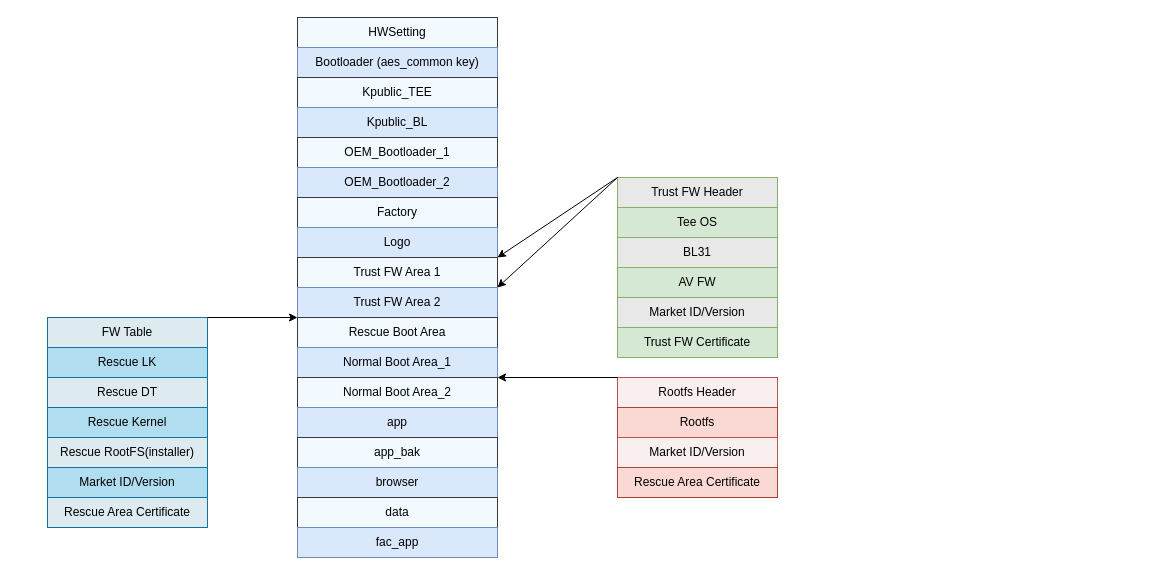
This is layout.drawio from qmlsxxxx/draw.io, a draw.io file, before an edit. Source tidied: cells renumbered, new cells numbered last; positions are measured from the earlier drawing's top-left corner, leaving out a move shared by most shapes. Both pictures are drawn from the tidied source at 100%, with x=0, y=0 at pixel (47, 17).
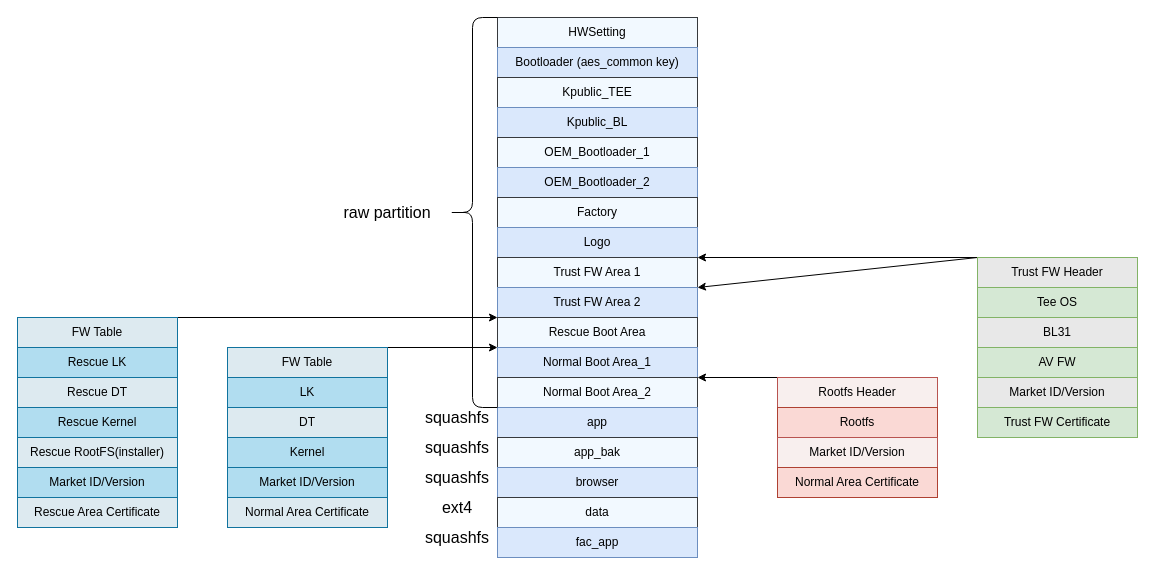
After the change.

The edit, as a diff of the source:
```diff
@@
+    <mxCell id="28" style="endArrow=classic;html=1;entryX=0;entryY=0;entryDx=0;entryDy=0;exitX=1;exitY=0;exitDx=0;exitDy=0;" parent="1" edge="1" source="21" target="12">
+      <mxGeometry relative="1" as="geometry" />
+    </mxCell>
+    <mxCell id="29" style="endArrow=classic;html=1;exitX=0;exitY=0;exitDx=0;exitDy=0;entryX=1;entryY=0;entryDx=0;entryDy=0;" parent="1" edge="1" source="14" target="10">
+      <mxGeometry relative="1" as="geometry" />
+    </mxCell>
+    <mxCell id="34" style="endArrow=classic;html=1;entryX=1;entryY=0;entryDx=0;entryDy=0;exitX=0;exitY=0;exitDx=0;exitDy=0;" parent="1" edge="1" source="30" target="15">
+      <mxGeometry relative="1" as="geometry" />
+    </mxCell>
+    <mxCell id="35" style="endArrow=classic;html=1;entryX=1;entryY=0;entryDx=0;entryDy=0;exitX=0;exitY=0;exitDx=0;exitDy=0;" parent="1" edge="1" source="14" target="11">
+      <mxGeometry relative="1" as="geometry" />
+    </mxCell>
+    <mxCell id="41" style="group;" parent="1" vertex="1">
+      <mxGeometry x="450" width="200" height="540" as="geometry" />
+    </mxCell>
-    <mxCell id="2" value="HWSetting" style="rounded=0;whiteSpace=wrap;html=1;fillColor=#F2F9FF;strokeColor=#36393d;" parent="1" vertex="1">
-      <mxGeometry x="250" width="200" height="30" as="geometry" />
+    <mxCell id="2" value="HWSetting" style="rounded=0;whiteSpace=wrap;html=1;fillColor=#F2F9FF;strokeColor=#36393d;" parent="41" vertex="1">
+      <mxGeometry width="200" height="30" as="geometry" />
     </mxCell>
-    <mxCell id="3" value="Bootloader (aes_common key)" style="rounded=0;whiteSpace=wrap;html=1;fillColor=#dae8fc;strokeColor=#6c8ebf;" parent="1" vertex="1">
-      <mxGeometry x="250" y="30" width="200" height="30" as="geometry" />
+    <mxCell id="3" value="Bootloader (aes_common key)" style="rounded=0;whiteSpace=wrap;html=1;fillColor=#dae8fc;strokeColor=#6c8ebf;" parent="41" vertex="1">
+      <mxGeometry y="30" width="200" height="30" as="geometry" />
     </mxCell>
-    <mxCell id="4" value="Kpublic_TEE" style="rounded=0;whiteSpace=wrap;html=1;fillColor=#F2F9FF;strokeColor=#36393d;" parent="1" vertex="1">
-      <mxGeometry x="250" y="60" width="200" height="30" as="geometry" />
+    <mxCell id="4" value="Kpublic_TEE" style="rounded=0;whiteSpace=wrap;html=1;fillColor=#F2F9FF;strokeColor=#36393d;" parent="41" vertex="1">
+      <mxGeometry y="60" width="200" height="30" as="geometry" />
     </mxCell>
-    <mxCell id="5" value="Kpublic_BL" style="rounded=0;whiteSpace=wrap;html=1;fillColor=#dae8fc;strokeColor=#6c8ebf;" parent="1" vertex="1">
-      <mxGeometry x="250" y="90" width="200" height="30" as="geometry" />
+    <mxCell id="5" value="Kpublic_BL" style="rounded=0;whiteSpace=wrap;html=1;fillColor=#dae8fc;strokeColor=#6c8ebf;" parent="41" vertex="1">
+      <mxGeometry y="90" width="200" height="30" as="geometry" />
     </mxCell>
-    <mxCell id="6" value="OEM_Bootloader_1" style="rounded=0;whiteSpace=wrap;html=1;fillColor=#F2F9FF;strokeColor=#36393d;" parent="1" vertex="1">
-      <mxGeometry x="250" y="120" width="200" height="30" as="geometry" />
+    <mxCell id="6" value="OEM_Bootloader_1" style="rounded=0;whiteSpace=wrap;html=1;fillColor=#F2F9FF;strokeColor=#36393d;" parent="41" vertex="1">
+      <mxGeometry y="120" width="200" height="30" as="geometry" />
     </mxCell>
-    <mxCell id="7" value="OEM_Bootloader_2" style="rounded=0;whiteSpace=wrap;html=1;fillColor=#dae8fc;strokeColor=#6c8ebf;" parent="1" vertex="1">
-      <mxGeometry x="250" y="150" width="200" height="30" as="geometry" />
+    <mxCell id="7" value="OEM_Bootloader_2" style="rounded=0;whiteSpace=wrap;html=1;fillColor=#dae8fc;strokeColor=#6c8ebf;" parent="41" vertex="1">
+      <mxGeometry y="150" width="200" height="30" as="geometry" />
     </mxCell>
-    <mxCell id="8" value="Factory" style="rounded=0;whiteSpace=wrap;html=1;fillColor=#F2F9FF;strokeColor=#36393d;" parent="1" vertex="1">
-      <mxGeometry x="250" y="180" width="200" height="30" as="geometry" />
+    <mxCell id="8" value="Factory" style="rounded=0;whiteSpace=wrap;html=1;fillColor=#F2F9FF;strokeColor=#36393d;" parent="41" vertex="1">
+      <mxGeometry y="180" width="200" height="30" as="geometry" />
     </mxCell>
-    <mxCell id="9" value="Logo" style="rounded=0;whiteSpace=wrap;html=1;fillColor=#dae8fc;strokeColor=#6c8ebf;" parent="1" vertex="1">
-      <mxGeometry x="250" y="210" width="200" height="30" as="geometry" />
+    <mxCell id="9" value="Logo" style="rounded=0;whiteSpace=wrap;html=1;fillColor=#dae8fc;strokeColor=#6c8ebf;" parent="41" vertex="1">
+      <mxGeometry y="210" width="200" height="30" as="geometry" />
     </mxCell>
-    <mxCell id="10" value="Trust FW Area 1" style="rounded=0;whiteSpace=wrap;html=1;fillColor=#F2F9FF;strokeColor=#36393d;" parent="1" vertex="1">
-      <mxGeometry x="250" y="240" width="200" height="30" as="geometry" />
+    <mxCell id="10" value="Trust FW Area 1" style="rounded=0;whiteSpace=wrap;html=1;fillColor=#F2F9FF;strokeColor=#36393d;" parent="41" vertex="1">
+      <mxGeometry y="240" width="200" height="30" as="geometry" />
     </mxCell>
-    <mxCell id="11" value="Trust FW Area 2" style="rounded=0;whiteSpace=wrap;html=1;fillColor=#dae8fc;strokeColor=#6c8ebf;" parent="1" vertex="1">
-      <mxGeometry x="250" y="270" width="200" height="30" as="geometry" />
+    <mxCell id="11" value="Trust FW Area 2" style="rounded=0;whiteSpace=wrap;html=1;fillColor=#dae8fc;strokeColor=#6c8ebf;" parent="41" vertex="1">
+      <mxGeometry y="270" width="200" height="30" as="geometry" />
     </mxCell>
-    <mxCell id="12" value="Rescue Boot Area" style="rounded=0;whiteSpace=wrap;html=1;fillColor=#F2F9FF;strokeColor=#36393d;" parent="1" vertex="1">
-      <mxGeometry x="250" y="300" width="200" height="30" as="geometry" />
+    <mxCell id="12" value="Rescue Boot Area" style="rounded=0;whiteSpace=wrap;html=1;fillColor=#F2F9FF;strokeColor=#36393d;" parent="41" vertex="1">
+      <mxGeometry y="300" width="200" height="30" as="geometry" />
     </mxCell>
-    <mxCell id="13" value="Normal Boot Area_1" style="rounded=0;whiteSpace=wrap;html=1;fillColor=#dae8fc;strokeColor=#6c8ebf;" parent="1" vertex="1">
-      <mxGeometry x="250" y="330" width="200" height="30" as="geometry" />
+    <mxCell id="13" value="Normal Boot Area_1" style="rounded=0;whiteSpace=wrap;html=1;fillColor=#dae8fc;strokeColor=#6c8ebf;" parent="41" vertex="1">
+      <mxGeometry y="330" width="200" height="30" as="geometry" />
     </mxCell>
+    <mxCell id="15" value="Normal Boot Area_2" style="rounded=0;whiteSpace=wrap;html=1;fillColor=#F2F9FF;strokeColor=#36393d;" parent="41" vertex="1">
+      <mxGeometry y="360" width="200" height="30" as="geometry" />
+    </mxCell>
+    <mxCell id="36" value="app" style="rounded=0;whiteSpace=wrap;html=1;fillColor=#dae8fc;strokeColor=#6c8ebf;" parent="41" vertex="1">
+      <mxGeometry y="390" width="200" height="30" as="geometry" />
+    </mxCell>
+    <mxCell id="37" value="app_bak" style="rounded=0;whiteSpace=wrap;html=1;fillColor=#F2F9FF;strokeColor=#36393d;" parent="41" vertex="1">
+      <mxGeometry y="420" width="200" height="30" as="geometry" />
+    </mxCell>
+    <mxCell id="38" value="browser" style="rounded=0;whiteSpace=wrap;html=1;fillColor=#dae8fc;strokeColor=#6c8ebf;" parent="41" vertex="1">
+      <mxGeometry y="450" width="200" height="30" as="geometry" />
+    </mxCell>
+    <mxCell id="39" value="data" style="rounded=0;whiteSpace=wrap;html=1;fillColor=#F2F9FF;strokeColor=#36393d;" parent="41" vertex="1">
+      <mxGeometry y="480" width="200" height="30" as="geometry" />
+    </mxCell>
+    <mxCell id="40" value="fac_app" style="rounded=0;whiteSpace=wrap;html=1;fillColor=#dae8fc;strokeColor=#6c8ebf;" parent="41" vertex="1">
+      <mxGeometry y="510" width="200" height="30" as="geometry" />
+    </mxCell>
+    <mxCell id="42" style="group;" parent="1" vertex="1">
+      <mxGeometry x="930" y="240" width="160" height="180" as="geometry" />
+    </mxCell>
-    <mxCell id="14" value="Trust FW Header" style="rounded=0;whiteSpace=wrap;html=1;fillColor=#E8E8E8;strokeColor=#82b366;" parent="1" vertex="1">
-      <mxGeometry x="570" y="160" width="160" height="30" as="geometry" />
+    <mxCell id="14" value="Trust FW Header" style="rounded=0;whiteSpace=wrap;html=1;fillColor=#E8E8E8;strokeColor=#82b366;" parent="42" vertex="1">
+      <mxGeometry width="160" height="30" as="geometry" />
     </mxCell>
-    <mxCell id="15" value="Normal Boot Area_2" style="rounded=0;whiteSpace=wrap;html=1;fillColor=#F2F9FF;strokeColor=#36393d;" parent="1" vertex="1">
-      <mxGeometry x="250" y="360" width="200" height="30" as="geometry" />
-    </mxCell>
-    <mxCell id="16" value="Tee OS" style="rounded=0;whiteSpace=wrap;html=1;fillColor=#d5e8d4;strokeColor=#82b366;" parent="1" vertex="1">
-      <mxGeometry x="570" y="190" width="160" height="30" as="geometry" />
+    <mxCell id="16" value="Tee OS" style="rounded=0;whiteSpace=wrap;html=1;fillColor=#d5e8d4;strokeColor=#82b366;" parent="42" vertex="1">
+      <mxGeometry y="30" width="160" height="30" as="geometry" />
     </mxCell>
-    <mxCell id="17" value="BL31" style="rounded=0;whiteSpace=wrap;html=1;fillColor=#E8E8E8;strokeColor=#82b366;" parent="1" vertex="1">
-      <mxGeometry x="570" y="220" width="160" height="30" as="geometry" />
+    <mxCell id="17" value="BL31" style="rounded=0;whiteSpace=wrap;html=1;fillColor=#E8E8E8;strokeColor=#82b366;" parent="42" vertex="1">
+      <mxGeometry y="60" width="160" height="30" as="geometry" />
     </mxCell>
-    <mxCell id="18" value="AV FW" style="rounded=0;whiteSpace=wrap;html=1;fillColor=#d5e8d4;strokeColor=#82b366;" parent="1" vertex="1">
-      <mxGeometry x="570" y="250" width="160" height="30" as="geometry" />
+    <mxCell id="18" value="AV FW" style="rounded=0;whiteSpace=wrap;html=1;fillColor=#d5e8d4;strokeColor=#82b366;" parent="42" vertex="1">
+      <mxGeometry y="90" width="160" height="30" as="geometry" />
     </mxCell>
-    <mxCell id="19" value="Market ID/Version" style="rounded=0;whiteSpace=wrap;html=1;fillColor=#E8E8E8;strokeColor=#82b366;" parent="1" vertex="1">
-      <mxGeometry x="570" y="280" width="160" height="30" as="geometry" />
+    <mxCell id="19" value="Market ID/Version" style="rounded=0;whiteSpace=wrap;html=1;fillColor=#E8E8E8;strokeColor=#82b366;" parent="42" vertex="1">
+      <mxGeometry y="120" width="160" height="30" as="geometry" />
     </mxCell>
-    <mxCell id="20" value="Trust FW Certificate" style="rounded=0;whiteSpace=wrap;html=1;fillColor=#d5e8d4;strokeColor=#82b366;" parent="1" vertex="1">
-      <mxGeometry x="570" y="310" width="160" height="30" as="geometry" />
+    <mxCell id="20" value="Trust FW Certificate" style="rounded=0;whiteSpace=wrap;html=1;fillColor=#d5e8d4;strokeColor=#82b366;" parent="42" vertex="1">
+      <mxGeometry y="150" width="160" height="30" as="geometry" />
     </mxCell>
+    <mxCell id="43" style="group;" parent="1" vertex="1">
+      <mxGeometry x="730" y="360" width="160" height="120" as="geometry" />
+    </mxCell>
+    <mxCell id="30" value="Rootfs Header" style="rounded=0;whiteSpace=wrap;html=1;fillColor=#F8EFEE;strokeColor=#b85450;" parent="43" vertex="1">
+      <mxGeometry width="160" height="30" as="geometry" />
+    </mxCell>
+    <mxCell id="31" value="Rootfs" style="rounded=0;whiteSpace=wrap;html=1;fillColor=#fad9d5;strokeColor=#ae4132;" parent="43" vertex="1">
+      <mxGeometry y="30" width="160" height="30" as="geometry" />
+    </mxCell>
+    <mxCell id="32" value="Market ID/Version" style="rounded=0;whiteSpace=wrap;html=1;fillColor=#F8EFEE;strokeColor=#b85450;" parent="43" vertex="1">
+      <mxGeometry y="60" width="160" height="30" as="geometry" />
+    </mxCell>
+    <mxCell id="33" value="Normal Area Certificate" style="rounded=0;whiteSpace=wrap;html=1;fillColor=#fad9d5;strokeColor=#ae4132;" parent="43" vertex="1">
+      <mxGeometry y="90" width="160" height="30" as="geometry" />
+    </mxCell>
+    <mxCell id="44" style="group;" parent="1" vertex="1">
+      <mxGeometry x="-30" y="300" width="160" height="210" as="geometry" />
+    </mxCell>
-    <mxCell id="21" value="FW Table" style="rounded=0;whiteSpace=wrap;html=1;fillColor=#DDEAF0;strokeColor=#10739e;" parent="1" vertex="1">
-      <mxGeometry y="300" width="160" height="30" as="geometry" />
+    <mxCell id="21" value="FW Table" style="rounded=0;whiteSpace=wrap;html=1;fillColor=#DDEAF0;strokeColor=#10739e;" parent="44" vertex="1">
+      <mxGeometry width="160" height="30" as="geometry" />
     </mxCell>
-    <mxCell id="22" value="Rescue LK" style="rounded=0;whiteSpace=wrap;html=1;fillColor=#b1ddf0;strokeColor=#10739e;" parent="1" vertex="1">
-      <mxGeometry y="330" width="160" height="30" as="geometry" />
+    <mxCell id="22" value="Rescue LK" style="rounded=0;whiteSpace=wrap;html=1;fillColor=#b1ddf0;strokeColor=#10739e;" parent="44" vertex="1">
+      <mxGeometry y="30" width="160" height="30" as="geometry" />
     </mxCell>
-    <mxCell id="23" value="Rescue DT" style="rounded=0;whiteSpace=wrap;html=1;fillColor=#DDEAF0;strokeColor=#10739e;" parent="1" vertex="1">
-      <mxGeometry y="360" width="160" height="30" as="geometry" />
+    <mxCell id="23" value="Rescue DT" style="rounded=0;whiteSpace=wrap;html=1;fillColor=#DDEAF0;strokeColor=#10739e;" parent="44" vertex="1">
+      <mxGeometry y="60" width="160" height="30" as="geometry" />
     </mxCell>
-    <mxCell id="24" value="Rescue Kernel" style="rounded=0;whiteSpace=wrap;html=1;fillColor=#b1ddf0;strokeColor=#10739e;" parent="1" vertex="1">
-      <mxGeometry y="390" width="160" height="30" as="geometry" />
+    <mxCell id="24" value="Rescue Kernel" style="rounded=0;whiteSpace=wrap;html=1;fillColor=#b1ddf0;strokeColor=#10739e;" parent="44" vertex="1">
+      <mxGeometry y="90" width="160" height="30" as="geometry" />
     </mxCell>
-    <mxCell id="25" value="Rescue RootFS(installer)" style="rounded=0;whiteSpace=wrap;html=1;fillColor=#DDEAF0;strokeColor=#10739e;" parent="1" vertex="1">
-      <mxGeometry y="420" width="160" height="30" as="geometry" />
+    <mxCell id="25" value="Rescue RootFS(installer)" style="rounded=0;whiteSpace=wrap;html=1;fillColor=#DDEAF0;strokeColor=#10739e;" parent="44" vertex="1">
+      <mxGeometry y="120" width="160" height="30" as="geometry" />
     </mxCell>
-    <mxCell id="26" value="Market ID/Version" style="rounded=0;whiteSpace=wrap;html=1;fillColor=#b1ddf0;strokeColor=#10739e;" parent="1" vertex="1">
-      <mxGeometry y="450" width="160" height="30" as="geometry" />
+    <mxCell id="26" value="Market ID/Version" style="rounded=0;whiteSpace=wrap;html=1;fillColor=#b1ddf0;strokeColor=#10739e;" parent="44" vertex="1">
+      <mxGeometry y="150" width="160" height="30" as="geometry" />
     </mxCell>
-    <mxCell id="27" value="Rescue Area Certificate" style="rounded=0;whiteSpace=wrap;html=1;fillColor=#DDEAF0;strokeColor=#10739e;" parent="1" vertex="1">
-      <mxGeometry y="480" width="160" height="30" as="geometry" />
+    <mxCell id="27" value="Rescue Area Certificate" style="rounded=0;whiteSpace=wrap;html=1;fillColor=#DDEAF0;strokeColor=#10739e;" parent="44" vertex="1">
+      <mxGeometry y="180" width="160" height="30" as="geometry" />
     </mxCell>
-    <mxCell id="28" style="endArrow=classic;html=1;entryX=0;entryY=0;entryDx=0;entryDy=0;" parent="1" edge="1" target="12">
-      <mxGeometry relative="1" as="geometry">
-        <mxPoint x="160" y="300" as="sourcePoint" />
-      </mxGeometry>
-    </mxCell>
-    <mxCell id="29" style="endArrow=classic;html=1;exitX=0;exitY=0;exitDx=0;exitDy=0;entryX=1;entryY=0;entryDx=0;entryDy=0;" parent="1" edge="1" source="14" target="10">
-      <mxGeometry relative="1" as="geometry" />
-    </mxCell>
-    <mxCell id="30" value="Rootfs Header" style="rounded=0;whiteSpace=wrap;html=1;fillColor=#F8EFEE;strokeColor=#b85450;" parent="1" vertex="1">
-      <mxGeometry x="570" y="360" width="160" height="30" as="geometry" />
-    </mxCell>
-    <mxCell id="31" value="Rootfs" style="rounded=0;whiteSpace=wrap;html=1;fillColor=#fad9d5;strokeColor=#ae4132;" parent="1" vertex="1">
-      <mxGeometry x="570" y="390" width="160" height="30" as="geometry" />
-    </mxCell>
-    <mxCell id="32" value="Market ID/Version" style="rounded=0;whiteSpace=wrap;html=1;fillColor=#F8EFEE;strokeColor=#b85450;" parent="1" vertex="1">
-      <mxGeometry x="570" y="420" width="160" height="30" as="geometry" />
-    </mxCell>
-    <mxCell id="33" value="Rescue Area Certificate" style="rounded=0;whiteSpace=wrap;html=1;fillColor=#fad9d5;strokeColor=#ae4132;" parent="1" vertex="1">
-      <mxGeometry x="570" y="450" width="160" height="30" as="geometry" />
-    </mxCell>
-    <mxCell id="34" style="endArrow=classic;html=1;entryX=1;entryY=0;entryDx=0;entryDy=0;exitX=0;exitY=0;exitDx=0;exitDy=0;" parent="1" edge="1" source="30" target="15">
-      <mxGeometry relative="1" as="geometry" />
-    </mxCell>
-    <mxCell id="35" style="endArrow=classic;html=1;entryX=1;entryY=0;entryDx=0;entryDy=0;exitX=0;exitY=0;exitDx=0;exitDy=0;" parent="1" edge="1" source="14" target="11">
-      <mxGeometry relative="1" as="geometry" />
-    </mxCell>
-    <mxCell id="36" value="app" style="rounded=0;whiteSpace=wrap;html=1;fillColor=#dae8fc;strokeColor=#6c8ebf;" parent="1" vertex="1">
-      <mxGeometry x="250" y="390" width="200" height="30" as="geometry" />
-    </mxCell>
-    <mxCell id="37" value="app_bak" style="rounded=0;whiteSpace=wrap;html=1;fillColor=#F2F9FF;strokeColor=#36393d;" parent="1" vertex="1">
-      <mxGeometry x="250" y="420" width="200" height="30" as="geometry" />
-    </mxCell>
-    <mxCell id="38" value="browser" style="rounded=0;whiteSpace=wrap;html=1;fillColor=#dae8fc;strokeColor=#6c8ebf;" parent="1" vertex="1">
-      <mxGeometry x="250" y="450" width="200" height="30" as="geometry" />
-    </mxCell>
-    <mxCell id="39" value="data" style="rounded=0;whiteSpace=wrap;html=1;fillColor=#F2F9FF;strokeColor=#36393d;" parent="1" vertex="1">
-      <mxGeometry x="250" y="480" width="200" height="30" as="geometry" />
-    </mxCell>
-    <mxCell id="40" value="fac_app" style="rounded=0;whiteSpace=wrap;html=1;fillColor=#dae8fc;strokeColor=#6c8ebf;" parent="1" vertex="1">
-      <mxGeometry x="250" y="510" width="200" height="30" as="geometry" />
-    </mxCell>
+    <mxCell id="45" style="endArrow=classic;html=1;exitX=1;exitY=0;exitDx=0;exitDy=0;" parent="1" edge="1" source="54">
+      <mxGeometry relative="1" as="geometry">
+        <mxPoint x="450" y="330" as="targetPoint" />
+      </mxGeometry>
+    </mxCell>
+    <mxCell id="46" style="shape=curlyBracket;whiteSpace=wrap;html=1;rounded=1;" parent="1" vertex="1">
+      <mxGeometry x="400" width="50" height="390" as="geometry" />
+    </mxCell>
+    <mxCell id="47" value="raw partition" style="text;html=1;strokeColor=none;fillColor=none;align=center;verticalAlign=middle;whiteSpace=wrap;rounded=0;fontSize=16;" parent="1" vertex="1">
+      <mxGeometry x="280" y="182.5" width="120" height="25" as="geometry" />
+    </mxCell>
+    <mxCell id="48" value="squashfs" style="text;html=1;strokeColor=none;fillColor=none;align=center;verticalAlign=middle;whiteSpace=wrap;rounded=0;fontSize=16;" parent="1" vertex="1">
+      <mxGeometry x="370" y="390" width="80" height="20" as="geometry" />
+    </mxCell>
+    <mxCell id="49" value="squashfs" style="text;html=1;strokeColor=none;fillColor=none;align=center;verticalAlign=middle;whiteSpace=wrap;rounded=0;fontSize=16;" parent="1" vertex="1">
+      <mxGeometry x="370" y="420" width="80" height="20" as="geometry" />
+    </mxCell>
+    <mxCell id="50" value="squashfs" style="text;html=1;strokeColor=none;fillColor=none;align=center;verticalAlign=middle;whiteSpace=wrap;rounded=0;fontSize=16;" parent="1" vertex="1">
+      <mxGeometry x="370" y="450" width="80" height="20" as="geometry" />
+    </mxCell>
+    <mxCell id="51" value="squashfs" style="text;html=1;strokeColor=none;fillColor=none;align=center;verticalAlign=middle;whiteSpace=wrap;rounded=0;fontSize=16;" parent="1" vertex="1">
+      <mxGeometry x="370" y="510" width="80" height="20" as="geometry" />
+    </mxCell>
+    <mxCell id="52" value="ext4" style="text;html=1;strokeColor=none;fillColor=none;align=center;verticalAlign=middle;whiteSpace=wrap;rounded=0;fontSize=16;" parent="1" vertex="1">
+      <mxGeometry x="370" y="480" width="80" height="20" as="geometry" />
+    </mxCell>
+    <mxCell id="53" style="group;" parent="1" vertex="1">
+      <mxGeometry x="180" y="330" width="160" height="180" as="geometry" />
+    </mxCell>
+    <mxCell id="54" value="FW Table" style="rounded=0;whiteSpace=wrap;html=1;fillColor=#DDEAF0;strokeColor=#10739e;" parent="53" vertex="1">
+      <mxGeometry width="160" height="30" as="geometry" />
+    </mxCell>
+    <mxCell id="55" value="LK" style="rounded=0;whiteSpace=wrap;html=1;fillColor=#b1ddf0;strokeColor=#10739e;" parent="53" vertex="1">
+      <mxGeometry y="30" width="160" height="30" as="geometry" />
+    </mxCell>
+    <mxCell id="56" value="DT" style="rounded=0;whiteSpace=wrap;html=1;fillColor=#DDEAF0;strokeColor=#10739e;" parent="53" vertex="1">
+      <mxGeometry y="60" width="160" height="30" as="geometry" />
+    </mxCell>
+    <mxCell id="57" value="Kernel" style="rounded=0;whiteSpace=wrap;html=1;fillColor=#b1ddf0;strokeColor=#10739e;" parent="53" vertex="1">
+      <mxGeometry y="90" width="160" height="30" as="geometry" />
+    </mxCell>
+    <mxCell id="58" value="Market ID/Version" style="rounded=0;whiteSpace=wrap;html=1;fillColor=#b1ddf0;strokeColor=#10739e;" parent="53" vertex="1">
+      <mxGeometry y="120" width="160" height="30" as="geometry" />
+    </mxCell>
+    <mxCell id="59" value="Normal Area Certificate" style="rounded=0;whiteSpace=wrap;html=1;fillColor=#DDEAF0;strokeColor=#10739e;" parent="53" vertex="1">
+      <mxGeometry y="150" width="160" height="30" as="geometry" />
+    </mxCell>
```
